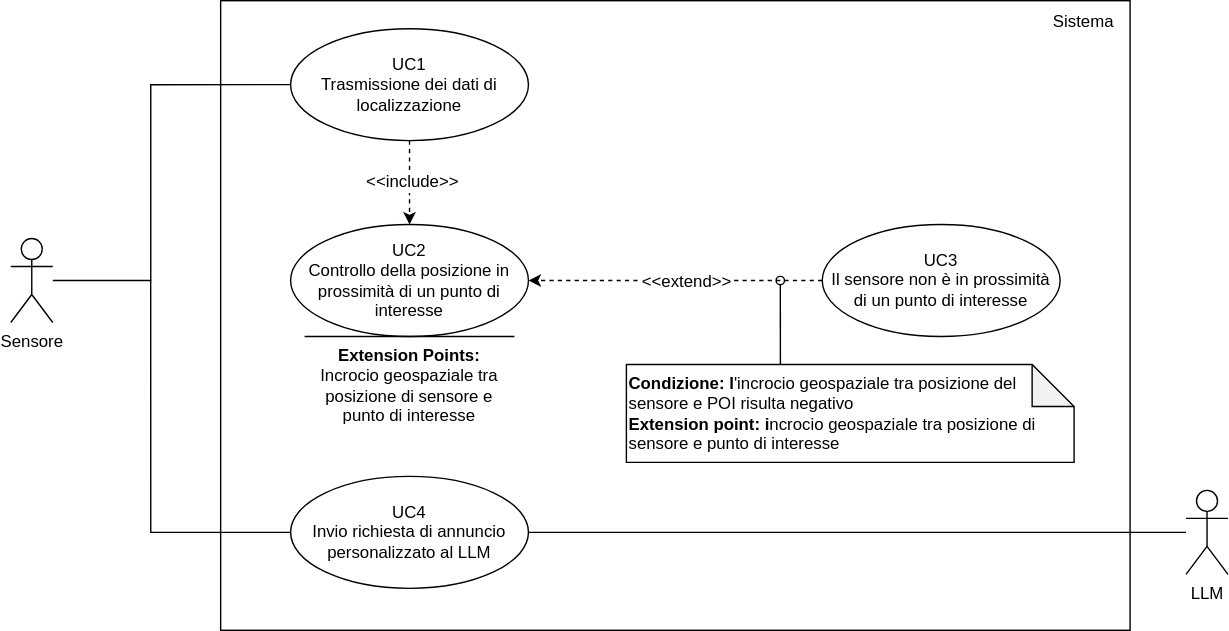
SWEatUNIPD/docs keeps this draw.io diagram as assets/use_cases/UC1-2-3-4.svg. Above is the earlier version. Source tidied: cells renumbered, new cells last; positions are measured from the earlier drawing's top-left corner, leaving out a move shared by most shapes. The source it was exported from:
```xml
<mxGraphModel>
  <root>
    <mxCell id="0" />
    <mxCell id="1" parent="0" />
    <mxCell id="2" style="rounded=0;whiteSpace=wrap;html=1;" parent="1" vertex="1">
      <mxGeometry x="150" width="650" height="450" as="geometry" />
    </mxCell>
    <mxCell id="3" style="rounded=0;jettySize=auto;html=1;endArrow=none;endFill=0;edgeStyle=orthogonalEdgeStyle;entryX=0;entryY=0.5;entryDx=0;entryDy=0;" parent="1" edge="1" target="8">
      <mxGeometry relative="1" as="geometry">
        <mxPoint x="30" y="200" as="sourcePoint" />
        <Array as="points">
          <mxPoint x="100" y="200" />
          <mxPoint x="100" y="60" />
        </Array>
      </mxGeometry>
    </mxCell>
    <mxCell id="4" value="Sensore" style="shape=umlActor;verticalLabelPosition=bottom;verticalAlign=top;html=1;" parent="1" vertex="1">
      <mxGeometry y="170" width="30" height="60" as="geometry" />
    </mxCell>
    <mxCell id="5" value="Sistema" style="text;html=1;align=center;verticalAlign=middle;whiteSpace=wrap;rounded=0;" parent="1" vertex="1">
      <mxGeometry x="737" width="60" height="30" as="geometry" />
    </mxCell>
    <mxCell id="6" style="edgeStyle=orthogonalEdgeStyle;rounded=0;jettySize=auto;html=1;exitX=0.5;exitY=1;exitDx=0;exitDy=0;entryX=0.5;entryY=0;entryDx=0;entryDy=0;dashed=1;" parent="1" edge="1" source="8" target="9">
      <mxGeometry relative="1" as="geometry" />
    </mxCell>
    <mxCell id="7" value="&lt;font style=&quot;font-size: 12px;&quot;&gt;&amp;lt;&amp;lt;include&amp;gt;&amp;gt;&lt;/font&gt;" style="edgeLabel;html=1;align=center;verticalAlign=middle;" parent="6" vertex="1">
      <mxGeometry x="-0.03" y="1" relative="1" as="geometry" />
    </mxCell>
    <mxCell id="8" value="UC1&lt;div&gt;Trasmissione dei dati di localizzazione&lt;/div&gt;" style="ellipse;whiteSpace=wrap;html=1;" parent="1" vertex="1">
      <mxGeometry x="200" y="20" width="170" height="80" as="geometry" />
    </mxCell>
    <mxCell id="9" value="UC2&lt;div&gt;Controllo della posizione in prossimità di un punto di interesse&lt;/div&gt;" style="ellipse;whiteSpace=wrap;html=1;" parent="1" vertex="1">
      <mxGeometry x="200" y="160" width="170" height="80" as="geometry" />
    </mxCell>
    <mxCell id="10" style="edgeStyle=orthogonalEdgeStyle;rounded=0;jettySize=auto;html=1;exitX=0;exitY=0.5;exitDx=0;exitDy=0;entryX=1;entryY=0.5;entryDx=0;entryDy=0;dashed=1;" parent="1" edge="1" source="12" target="9">
      <mxGeometry relative="1" as="geometry" />
    </mxCell>
    <mxCell id="11" value="&amp;lt;&amp;lt;extend&amp;gt;&amp;gt;" style="edgeLabel;html=1;align=center;verticalAlign=middle;fontSize=12;" parent="10" vertex="1">
      <mxGeometry x="0.22" y="1" relative="1" as="geometry">
        <mxPoint x="31" y="-1" as="offset" />
      </mxGeometry>
    </mxCell>
    <mxCell id="12" value="UC3&lt;br&gt;Il sensore non è in prossimità di un punto di interesse" style="ellipse;whiteSpace=wrap;html=1;" parent="1" vertex="1">
      <mxGeometry x="580" y="160" width="170" height="80" as="geometry" />
    </mxCell>
    <mxCell id="13" style="rounded=0;jettySize=auto;html=1;exitX=1;exitY=0.5;exitDx=0;exitDy=0;endArrow=none;endFill=0;" parent="1" edge="1" source="14" target="15">
      <mxGeometry relative="1" as="geometry" />
    </mxCell>
    <mxCell id="14" value="UC4&lt;div&gt;Invio richiesta di annuncio personalizzato al LLM&lt;/div&gt;" style="ellipse;whiteSpace=wrap;html=1;" parent="1" vertex="1">
      <mxGeometry x="200" y="340" width="170" height="80" as="geometry" />
    </mxCell>
    <mxCell id="15" value="LLM" style="shape=umlActor;verticalLabelPosition=bottom;verticalAlign=top;html=1;outlineConnect=0;" parent="1" vertex="1">
      <mxGeometry x="840" y="350" width="30" height="60" as="geometry" />
    </mxCell>
    <mxCell id="16" value="&lt;b&gt;Extension Points:&lt;/b&gt;&lt;div&gt;Incrocio geospaziale tra posizione di sensore e punto di interesse&lt;/div&gt;" style="text;html=1;align=center;verticalAlign=middle;whiteSpace=wrap;rounded=0;" parent="1" vertex="1">
      <mxGeometry x="210" y="250" width="150" height="50" as="geometry" />
    </mxCell>
    <mxCell id="17" style="endArrow=none;html=1;rounded=0;" parent="1" edge="1">
      <mxGeometry relative="1" as="geometry">
        <mxPoint x="210" y="240" as="sourcePoint" />
        <mxPoint x="360" y="240" as="targetPoint" />
      </mxGeometry>
    </mxCell>
    <mxCell id="18" value="&lt;b&gt;Condizione: l&lt;/b&gt;'incrocio geospaziale tra posizione del sensore e POI risulta negativo&lt;div&gt;&lt;div&gt;&lt;b&gt;Extension point: i&lt;/b&gt;&lt;span style=&quot;text-align: center; background-color: initial;&quot;&gt;ncrocio geospaziale tra posizione di sensore e punto di interesse&lt;/span&gt;&lt;/div&gt;&lt;/div&gt;" style="shape=note;whiteSpace=wrap;html=1;backgroundOutline=1;darkOpacity=0.05;align=left;" parent="1" vertex="1">
      <mxGeometry x="440" y="260" width="320" height="70" as="geometry" />
    </mxCell>
    <mxCell id="19" style="endArrow=oval;html=1;rounded=0;exitX=0.344;exitY=-0.002;exitDx=0;exitDy=0;exitPerimeter=0;startArrow=none;startFill=0;endFill=0;" parent="1" edge="1" source="18">
      <mxGeometry relative="1" as="geometry">
        <mxPoint x="550" y="200" as="targetPoint" />
      </mxGeometry>
    </mxCell>
    <mxCell id="20" style="rounded=0;jettySize=auto;html=1;endArrow=none;endFill=0;entryX=0;entryY=0.5;entryDx=0;entryDy=0;edgeStyle=orthogonalEdgeStyle;" parent="1" edge="1" target="14">
      <mxGeometry relative="1" as="geometry">
        <mxPoint x="100" y="200" as="sourcePoint" />
        <Array as="points">
          <mxPoint x="100" y="200" />
          <mxPoint x="100" y="380" />
        </Array>
      </mxGeometry>
    </mxCell>
  </root>
</mxGraphModel>
```
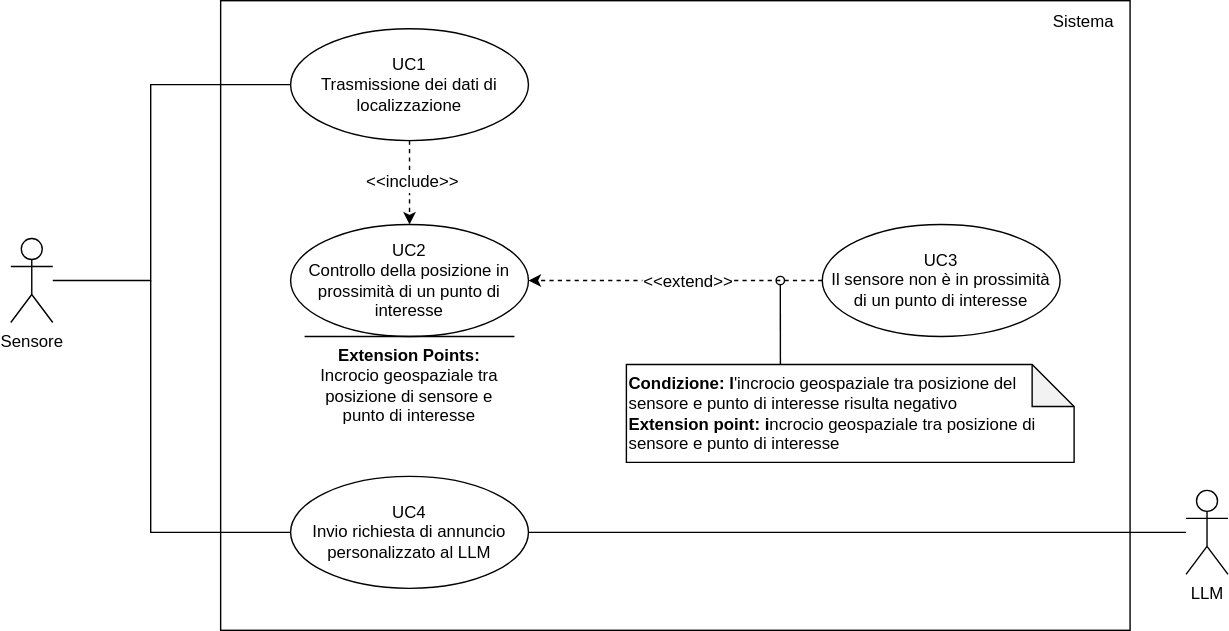
Above is the later version.

Commit message:
Sistemate alcune parole in corsivo, piccoli errori di typo e sistemato il diagramma UC1-4

Diff of the diagram source:
```diff
@@ -61,7 +61,7 @@
         <mxPoint x="360" y="240" as="targetPoint" />
       </mxGeometry>
     </mxCell>
-    <mxCell id="18" value="&lt;b&gt;Condizione: l&lt;/b&gt;'incrocio geospaziale tra posizione del sensore e POI risulta negativo&lt;div&gt;&lt;div&gt;&lt;b&gt;Extension point: i&lt;/b&gt;&lt;span style=&quot;text-align: center; background-color: initial;&quot;&gt;ncrocio geospaziale tra posizione di sensore e punto di interesse&lt;/span&gt;&lt;/div&gt;&lt;/div&gt;" style="shape=note;whiteSpace=wrap;html=1;backgroundOutline=1;darkOpacity=0.05;align=left;" parent="1" vertex="1">
+    <mxCell id="18" value="&lt;b&gt;Condizione: l&lt;/b&gt;'incrocio geospaziale tra posizione del sensore e punto di interesse risulta negativo&lt;div&gt;&lt;div&gt;&lt;b&gt;Extension point: i&lt;/b&gt;&lt;span style=&quot;text-align: center; background-color: initial;&quot;&gt;ncrocio geospaziale tra posizione di sensore e punto di interesse&lt;/span&gt;&lt;/div&gt;&lt;/div&gt;" style="shape=note;whiteSpace=wrap;html=1;backgroundOutline=1;darkOpacity=0.05;align=left;" parent="1" vertex="1">
       <mxGeometry x="440" y="260" width="320" height="70" as="geometry" />
     </mxCell>
     <mxCell id="19" style="endArrow=oval;html=1;rounded=0;exitX=0.344;exitY=-0.002;exitDx=0;exitDy=0;exitPerimeter=0;startArrow=none;startFill=0;endFill=0;" parent="1" edge="1" source="18">
```
